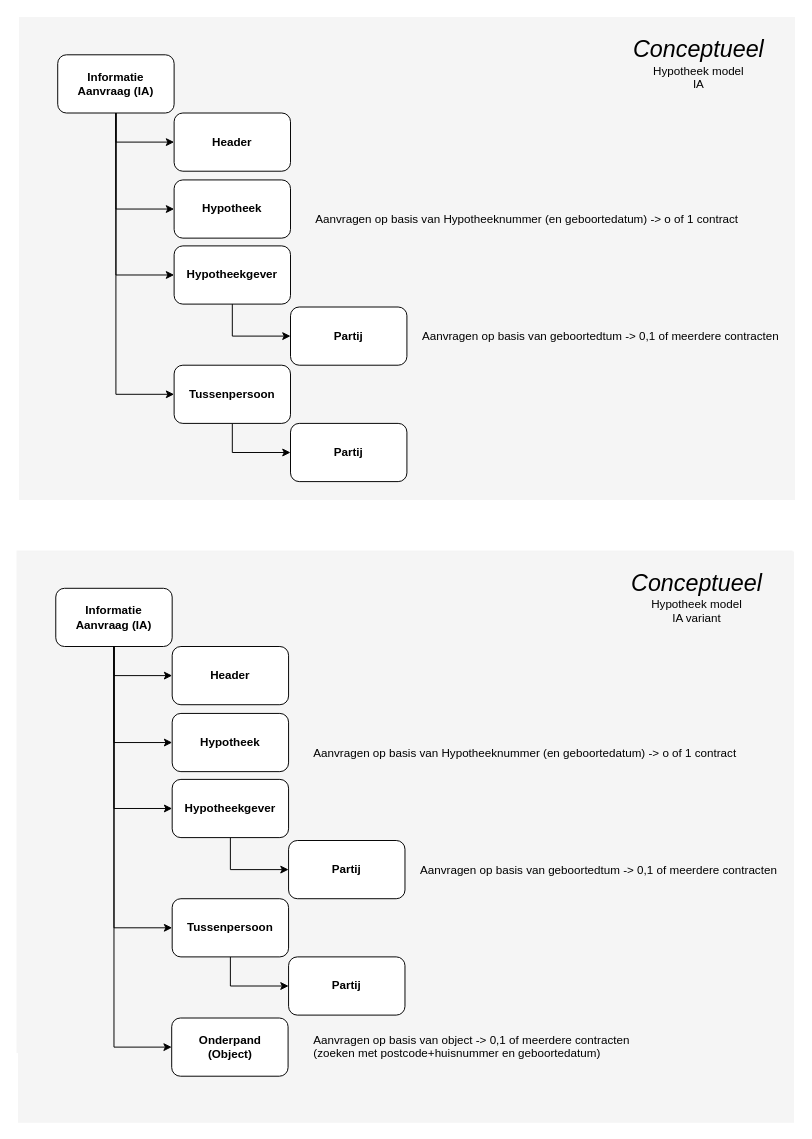
luchthandel/diagrams keeps this draw.io diagram as page "IA Model" (2 of 17) of 3rdPartyDatasharing-HDN-IA-IX.drawio. Above is the earlier version. Source tidied: cells renumbered, new cells numbered last; positions are measured from the earlier drawing's top-left corner, leaving out a move shared by most shapes. Both pictures are drawn from the tidied source at 97%, with x=0, y=0 at pixel (16, 16).
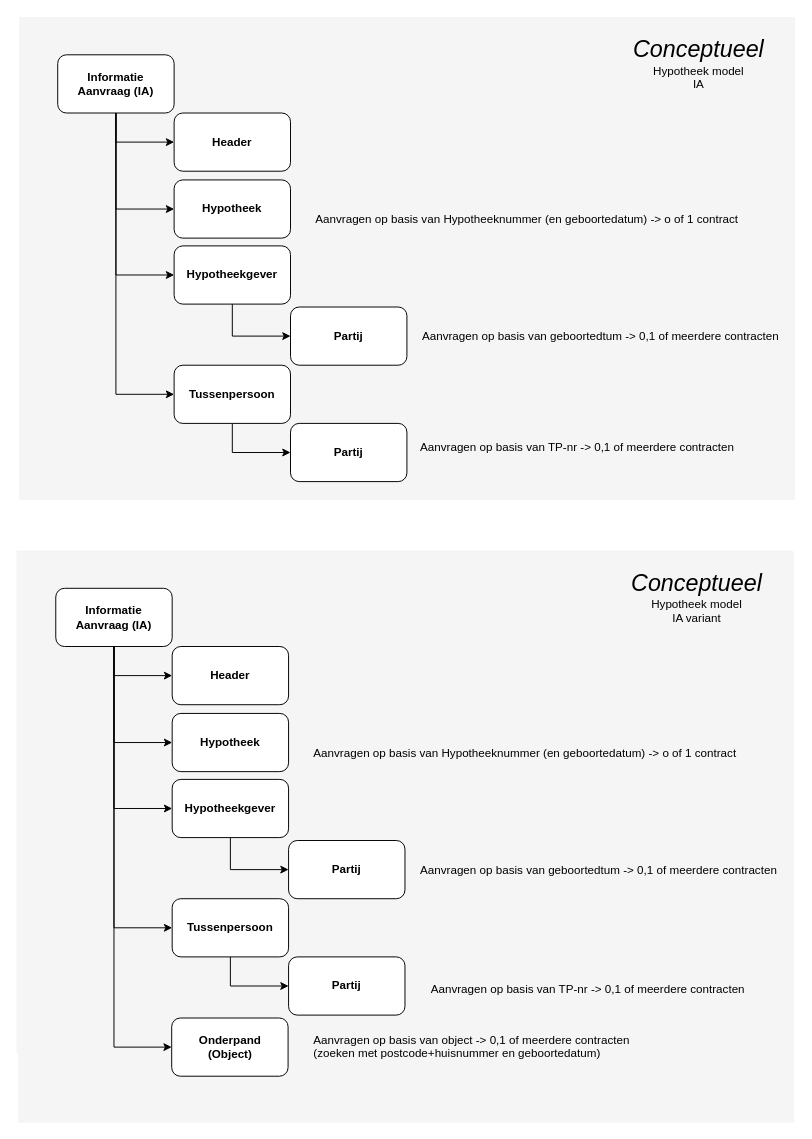
After the change.

What changed in the source:
```diff
@@
+    <mxCell id="40" value="Aanvragen op basis van TP-nr -&amp;gt; 0,1 of meerdere contracten" style="text;html=1;" parent="1" vertex="1">
+      <mxGeometry x="415" y="430" width="310" height="27" as="geometry" />
+    </mxCell>
+    <mxCell id="41" value="Aanvragen op basis van TP-nr -&amp;gt; 0,1 of meerdere contracten" style="text;html=1;" parent="1" vertex="1">
+      <mxGeometry x="426" y="988.5" width="310" height="27" as="geometry" />
+    </mxCell>
```
